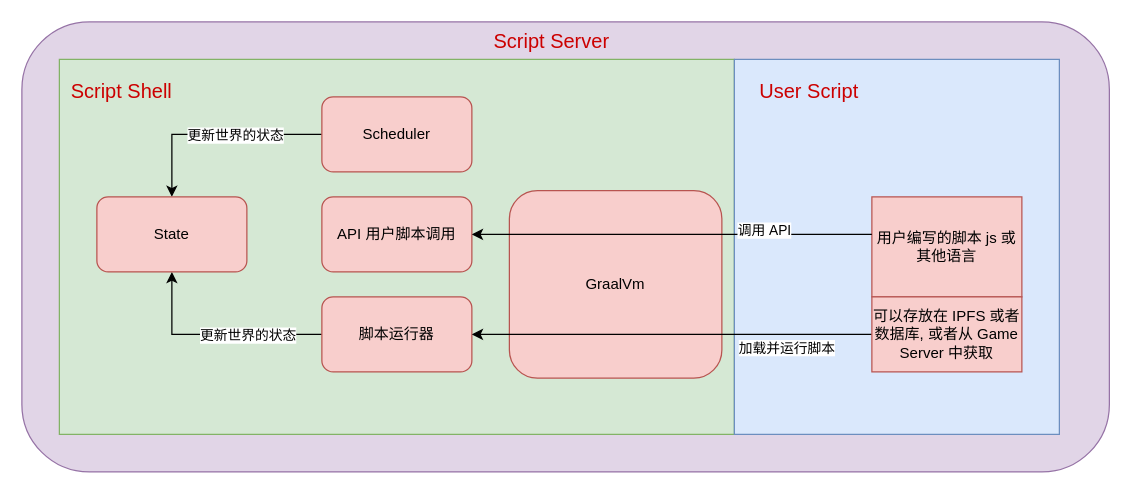
haaohao/drawio keeps this draw.io diagram as Script Server 设计图.drawio. Above is the earlier version. Source tidied: cells renumbered, new cells numbered last; positions are measured from the earlier drawing's top-left corner, leaving out a move shared by most shapes. Both pictures are drawn from the tidied source at 125%, with x=0, y=0 at pixel (21, 21).
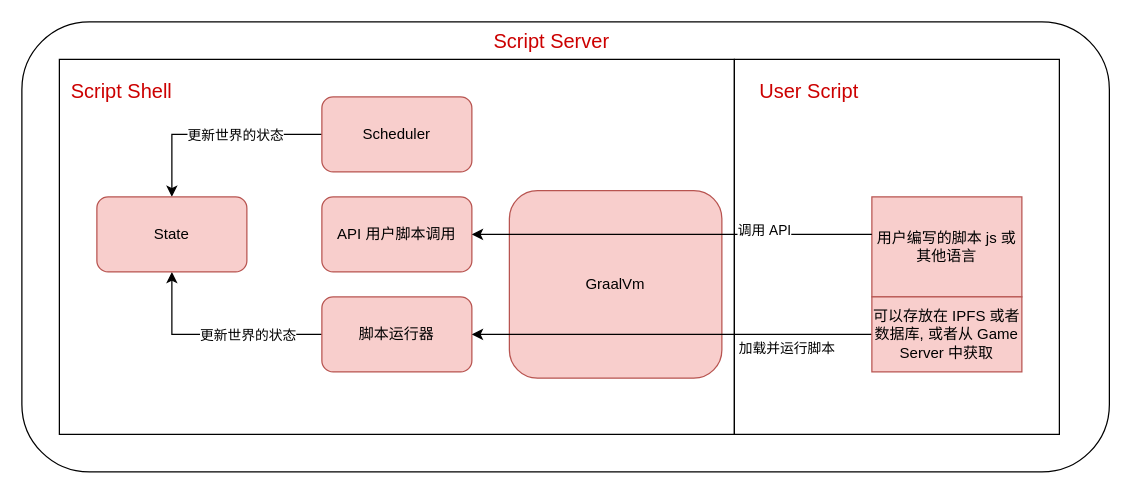
The same page after the edit.

Commit message:
更新Script Server 设计图.drawio

Diff of the diagram source:
```diff
@@
-    <mxCell id="2" style="rounded=1;whiteSpace=wrap;html=1;fillColor=#e1d5e7;strokeColor=#9673a6;" parent="1" vertex="1">
+    <mxCell id="2" style="rounded=1;whiteSpace=wrap;html=1;" parent="1" vertex="1">
       <mxGeometry width="870" height="360" as="geometry" />
     </mxCell>
-    <mxCell id="3" style="rounded=0;whiteSpace=wrap;html=1;fillColor=#d5e8d4;strokeColor=#82b366;" parent="1" vertex="1">
+    <mxCell id="3" style="rounded=0;whiteSpace=wrap;html=1;" parent="1" vertex="1">
       <mxGeometry x="30" y="30" width="540" height="300" as="geometry" />
     </mxCell>
@@
-    <mxCell id="12" style="rounded=0;whiteSpace=wrap;html=1;fillColor=#dae8fc;strokeColor=#6c8ebf;" parent="1" vertex="1">
+    <mxCell id="12" style="rounded=0;whiteSpace=wrap;html=1;" parent="1" vertex="1">
       <mxGeometry x="570" y="30" width="260" height="300" as="geometry" />
     </mxCell>
```
